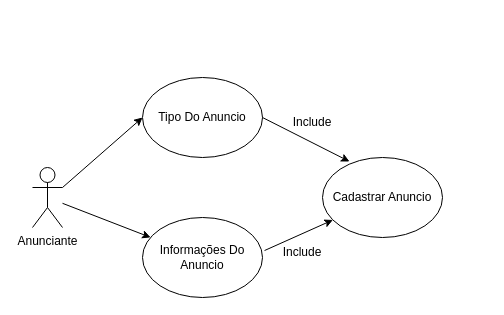
This is SetimaTarefa.drawio from ArcanjoDaGuarda/AnjoProjetos, a draw.io file, before an edit. Source tidied: cells renumbered, new cells numbered last; positions are measured from the earlier drawing's top-left corner, leaving out a move shared by most shapes. Both pictures are drawn from the tidied source at 100%, with x=0, y=0 at pixel (32, 77).
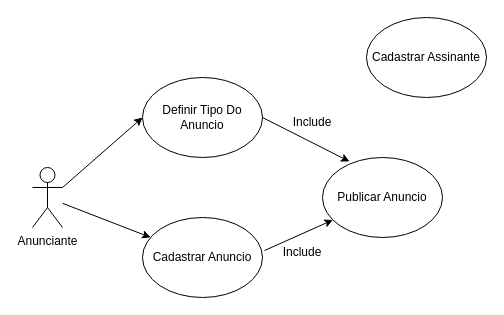
After the change.

The edit, as a diff of the source:
```diff
@@
 <mxGraphModel>
   <root>
     <mxCell id="0" />
     <mxCell id="1" parent="0" />
     <mxCell id="2" value="Anunciante" style="shape=umlActor;verticalLabelPosition=bottom;verticalAlign=top;html=1;outlineConnect=0;" parent="1" vertex="1">
       <mxGeometry y="90" width="30" height="60" as="geometry" />
     </mxCell>
-    <mxCell id="3" value="Cadastrar Anuncio" style="ellipse;whiteSpace=wrap;html=1;" parent="1" vertex="1">
+    <mxCell id="3" value="Publicar Anuncio" style="ellipse;whiteSpace=wrap;html=1;" parent="1" vertex="1">
       <mxGeometry x="290" y="80" width="120" height="80" as="geometry" />
     </mxCell>
-    <mxCell id="4" value="Tipo Do Anuncio" style="ellipse;whiteSpace=wrap;html=1;" parent="1" vertex="1">
+    <mxCell id="4" value="Definir Tipo Do Anuncio" style="ellipse;whiteSpace=wrap;html=1;" parent="1" vertex="1">
       <mxGeometry x="110" width="120" height="80" as="geometry" />
     </mxCell>
-    <mxCell id="5" value="Informações Do Anuncio" style="ellipse;whiteSpace=wrap;html=1;" parent="1" vertex="1">
+    <mxCell id="5" value="Cadastrar Anuncio" style="ellipse;whiteSpace=wrap;html=1;" parent="1" vertex="1">
       <mxGeometry x="110" y="140" width="120" height="80" as="geometry" />
     </mxCell>
     <mxCell id="6" style="endArrow=classic;html=1;rounded=0;" parent="1" edge="1" source="2" target="5">
       <mxGeometry relative="1" as="geometry" />
     </mxCell>
     <mxCell id="7" style="endArrow=classic;html=1;rounded=0;exitX=1;exitY=0.3333333333333333;exitDx=0;exitDy=0;exitPerimeter=0;entryX=0;entryY=0.5;entryDx=0;entryDy=0;" parent="1" edge="1" source="2" target="4">
       <mxGeometry relative="1" as="geometry" />
     </mxCell>
     <mxCell id="8" style="endArrow=classic;html=1;rounded=0;exitX=1.017;exitY=0.413;exitDx=0;exitDy=0;exitPerimeter=0;" parent="1" edge="1" source="5" target="3">
       <mxGeometry relative="1" as="geometry" />
     </mxCell>
     <mxCell id="9" style="endArrow=classic;html=1;rounded=0;exitX=1;exitY=0.5;exitDx=0;exitDy=0;entryX=0.225;entryY=0.05;entryDx=0;entryDy=0;entryPerimeter=0;" parent="1" edge="1" source="4" target="3">
       <mxGeometry relative="1" as="geometry" />
     </mxCell>
     <mxCell id="10" value="Include" style="text;html=1;strokeColor=none;fillColor=none;align=center;verticalAlign=middle;whiteSpace=wrap;rounded=0;" parent="1" vertex="1">
       <mxGeometry x="250" y="30" width="60" height="30" as="geometry" />
     </mxCell>
     <mxCell id="11" value="Include" style="text;html=1;strokeColor=none;fillColor=none;align=center;verticalAlign=middle;whiteSpace=wrap;rounded=0;" parent="1" vertex="1">
       <mxGeometry x="240" y="160" width="60" height="30" as="geometry" />
     </mxCell>
+    <mxCell id="12" value="Cadastrar Assinante" style="ellipse;whiteSpace=wrap;html=1;" parent="1" vertex="1">
+      <mxGeometry x="334" y="-60" width="120" height="80" as="geometry" />
+    </mxCell>
   </root>
 </mxGraphModel>
```
